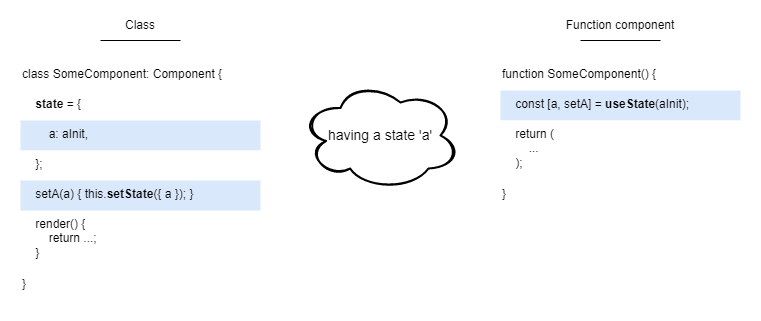
This is images/what-makes-me-happy-with-react-hooks/usestate.png from blog-fukuchiharuki-me/blog-fukuchiharuki-me.github.io, a draw.io export, as it was before one commit. Source tidied: cells renumbered, new cells last; positions are measured from the earlier drawing's top-left corner, leaving out a move shared by most shapes.
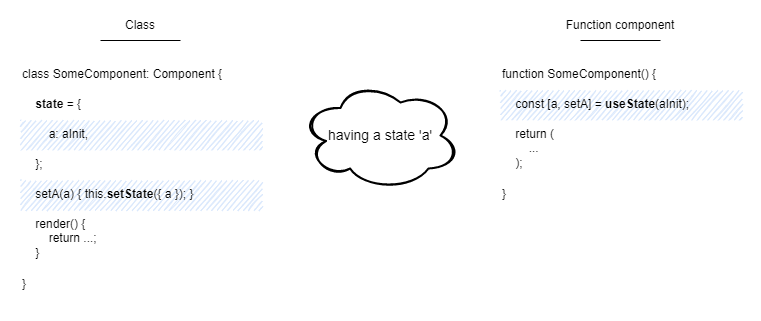
The same diagram one commit later.

Diff of the diagram source:
```diff
@@ -8,7 +8,7 @@
     <mxCell id="3" value="function SomeComponent() {" style="rounded=0;whiteSpace=wrap;html=1;arcSize=9;verticalAlign=top;align=left;strokeColor=none;" parent="1" vertex="1">
       <mxGeometry x="490" y="50" width="240" height="30" as="geometry" />
     </mxCell>
-    <mxCell id="4" value="&amp;nbsp; &amp;nbsp; const [a, setA] = &lt;b&gt;useState&lt;/b&gt;(aInit);" style="rounded=0;whiteSpace=wrap;html=1;arcSize=9;verticalAlign=top;align=left;fillColor=#dae8fc;strokeColor=none;sketch=0;glass=0;" parent="1" vertex="1">
+    <mxCell id="4" value="&amp;nbsp; &amp;nbsp; const [a, setA] = &lt;b&gt;useState&lt;/b&gt;(aInit);" style="rounded=0;whiteSpace=wrap;html=1;arcSize=9;verticalAlign=top;align=left;fillColor=#dae8fc;strokeColor=none;sketch=1;glass=0;" parent="1" vertex="1">
       <mxGeometry x="490" y="80" width="240" height="30" as="geometry" />
     </mxCell>
     <mxCell id="5" value="&amp;nbsp; &amp;nbsp; return (&lt;br&gt;&amp;nbsp; &amp;nbsp; &amp;nbsp; &amp;nbsp; ...&lt;br&gt;&amp;nbsp; &amp;nbsp; );" style="rounded=0;whiteSpace=wrap;html=1;arcSize=6;verticalAlign=top;align=left;strokeColor=none;" parent="1" vertex="1">
@@ -29,13 +29,13 @@
     <mxCell id="10" value="&amp;nbsp; &amp;nbsp;&amp;nbsp;&lt;b&gt;state&lt;/b&gt; = {" style="rounded=0;whiteSpace=wrap;html=1;arcSize=9;verticalAlign=top;align=left;strokeColor=none;" parent="1" vertex="1">
       <mxGeometry x="10" y="80" width="240" height="30" as="geometry" />
     </mxCell>
-    <mxCell id="11" value="&amp;nbsp; &amp;nbsp; &amp;nbsp; &amp;nbsp; a: aInit," style="rounded=0;whiteSpace=wrap;html=1;arcSize=9;verticalAlign=top;align=left;fillColor=#dae8fc;strokeColor=none;sketch=0;glass=0;" parent="1" vertex="1">
+    <mxCell id="11" value="&amp;nbsp; &amp;nbsp; &amp;nbsp; &amp;nbsp; a: aInit," style="rounded=0;whiteSpace=wrap;html=1;arcSize=9;verticalAlign=top;align=left;fillColor=#dae8fc;strokeColor=none;sketch=1;glass=0;" parent="1" vertex="1">
       <mxGeometry x="10" y="110" width="240" height="30" as="geometry" />
     </mxCell>
     <mxCell id="12" value="&amp;nbsp; &amp;nbsp; };" style="rounded=0;whiteSpace=wrap;html=1;arcSize=9;verticalAlign=top;align=left;strokeColor=none;" parent="1" vertex="1">
       <mxGeometry x="10" y="140" width="240" height="30" as="geometry" />
     </mxCell>
-    <mxCell id="13" value="&amp;nbsp; &amp;nbsp; setA(a) { this.&lt;b&gt;setState&lt;/b&gt;({ a }); }" style="rounded=0;whiteSpace=wrap;html=1;arcSize=9;verticalAlign=top;align=left;fillColor=#dae8fc;strokeColor=none;sketch=0;glass=0;" parent="1" vertex="1">
+    <mxCell id="13" value="&amp;nbsp; &amp;nbsp; setA(a) { this.&lt;b&gt;setState&lt;/b&gt;({ a }); }" style="rounded=0;whiteSpace=wrap;html=1;arcSize=9;verticalAlign=top;align=left;fillColor=#dae8fc;strokeColor=none;sketch=1;glass=0;" parent="1" vertex="1">
       <mxGeometry x="10" y="170" width="240" height="30" as="geometry" />
     </mxCell>
     <mxCell id="14" value="Class" style="rounded=0;whiteSpace=wrap;html=1;sketch=0;align=center;strokeColor=none;fillColor=none;" parent="1" vertex="1">
```
